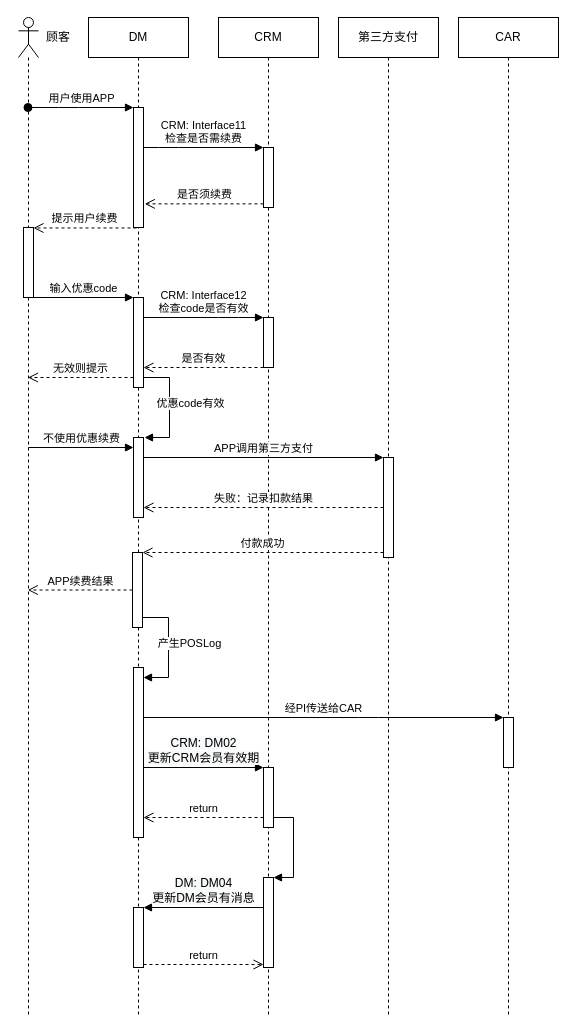
Above: page "手动续费2" (9 of 18) of DM系统对接.drawio in luss613/draw.io (draw.io), before the change. Source tidied: cells renumbered, new cells numbered last; positions are measured from the earlier drawing's top-left corner, leaving out a move shared by most shapes. Both pictures are drawn from the tidied source at 100%, with x=0, y=0 at pixel (18, 17).
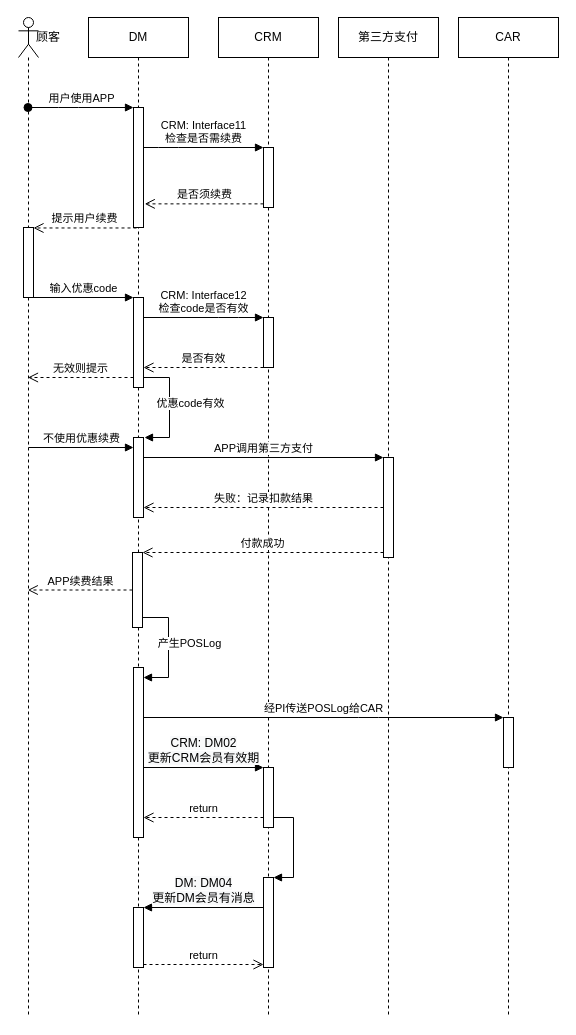
Above is the later version.

The change refers to these unchanged cells:
```xml
<mxCell id="13" style="html=1;points=[];perimeter=orthogonalPerimeter;" parent="11" vertex="1">
  <mxGeometry x="45" y="650" width="10" height="170" as="geometry" />
</mxCell>
<mxCell id="22" style="html=1;points=[];perimeter=orthogonalPerimeter;" parent="21" vertex="1">
  <mxGeometry x="45" y="700" width="10" height="50" as="geometry" />
</mxCell>
```

What changed in the source:
```diff
@@
     <mxCell id="10" value="顾客" style="text;html=1;strokeColor=none;fillColor=none;align=center;verticalAlign=middle;whiteSpace=wrap;rounded=0;" parent="1" vertex="1">
-      <mxGeometry x="20" y="10" width="40" height="20" as="geometry" />
+      <mxGeometry x="10" y="10" width="40" height="20" as="geometry" />
     </mxCell>
@@
-    <mxCell id="35" value="经PI传送给CAR" style="html=1;verticalAlign=bottom;endArrow=block;" parent="1" edge="1" source="13" target="22">
+    <mxCell id="35" value="经PI传送POSLog给CAR" style="html=1;verticalAlign=bottom;endArrow=block;" parent="1" edge="1" source="13" target="22">
       <mxGeometry relative="1" as="geometry">
         <Array as="points">
           <mxPoint x="350" y="700" />
         </Array>
       </mxGeometry>
     </mxCell>
```
